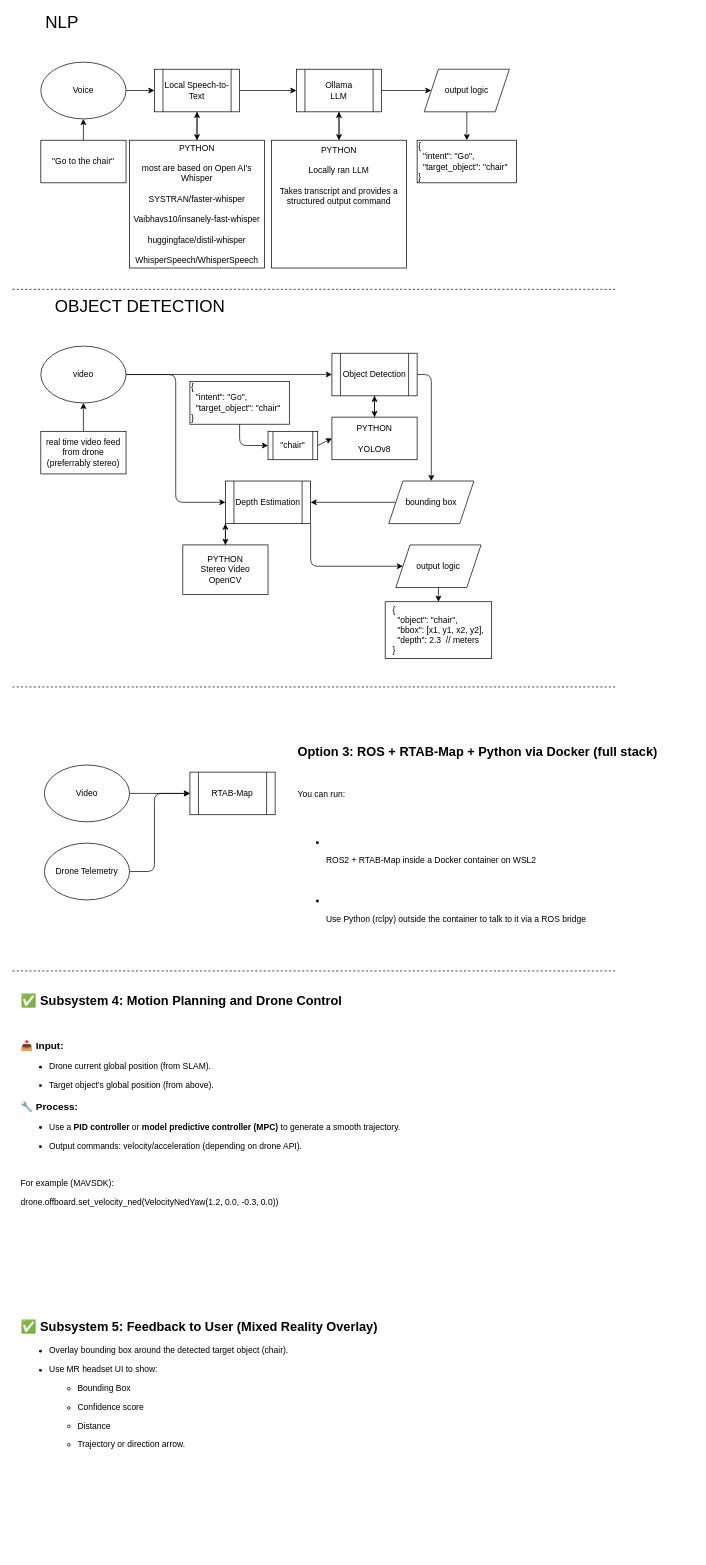
Before: public/flow/flowchart.drawio in BeardedSeal77/Nimbus, a draw.io diagram. Source tidied: cells renumbered, new cells numbered last; positions are measured from the earlier drawing's top-left corner, leaving out a move shared by most shapes. Both pictures are drawn from the tidied source at 71%, with x=0, y=0 at pixel (12, 12).
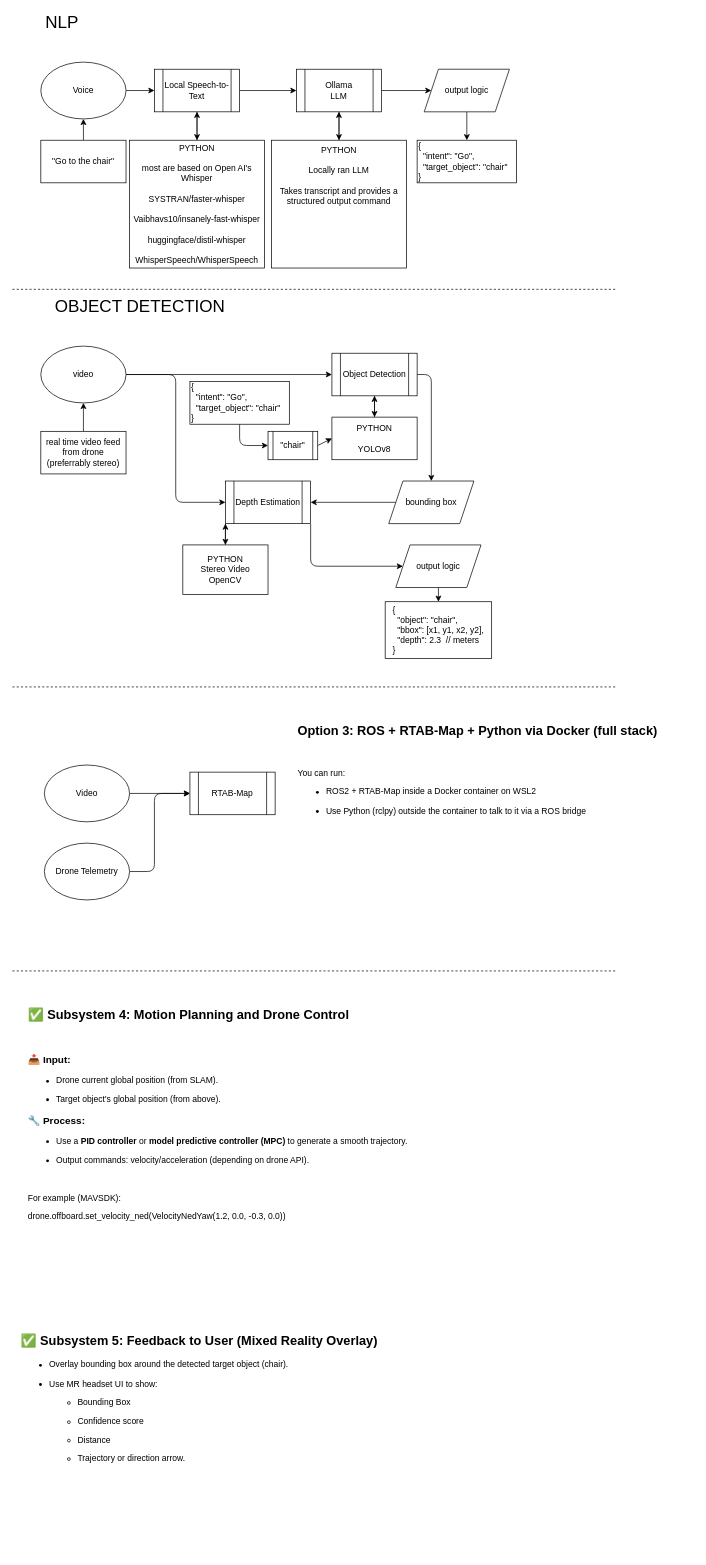
After the change.

Change to the diagram source:
```diff
@@
-    <mxCell id="52" value="&lt;h2 class=&quot;&quot;&gt;Option 3: ROS + RTAB-Map + Python via Docker (full stack)&lt;/h2&gt;&lt;br&gt;&lt;p class=&quot;&quot;&gt;You can run:&lt;/p&gt;&lt;br&gt;&lt;ul&gt;&lt;br&gt;&lt;li class=&quot;&quot;&gt;&lt;br&gt;&lt;p class=&quot;&quot;&gt;ROS2 + RTAB-Map inside a Docker container on WSL2&lt;/p&gt;&lt;br&gt;&lt;/li&gt;&lt;br&gt;&lt;li class=&quot;&quot;&gt;&lt;br&gt;&lt;p class=&quot;&quot;&gt;Use Python (rclpy)&amp;nbsp;outside the container to talk to it via a ROS bridge&lt;/p&gt;&lt;/li&gt;&lt;/ul&gt;" style="text;whiteSpace=wrap;html=1;" parent="1" vertex="1">
-      <mxGeometry x="400" y="1010" width="560" height="330" as="geometry" />
+    <mxCell id="52" value="&lt;h2 class=&quot;&quot;&gt;Option 3: ROS + RTAB-Map + Python via Docker (full stack)&lt;/h2&gt;&lt;br&gt;&lt;p class=&quot;&quot;&gt;You can run:&lt;/p&gt;&lt;ul&gt;&lt;li class=&quot;&quot;&gt;&lt;p class=&quot;&quot;&gt;ROS2 + RTAB-Map inside a Docker container on WSL2&lt;/p&gt;&lt;/li&gt;&lt;li class=&quot;&quot;&gt;&lt;p class=&quot;&quot;&gt;Use Python (rclpy)&amp;nbsp;outside the container to talk to it via a ROS bridge&lt;/p&gt;&lt;/li&gt;&lt;/ul&gt;" style="text;whiteSpace=wrap;html=1;" parent="1" vertex="1">
+      <mxGeometry x="400" y="980" width="560" height="330" as="geometry" />
     </mxCell>
     <mxCell id="53" value="&lt;h2 class=&quot;&quot;&gt;✅ Subsystem 4: Motion Planning and Drone Control&lt;/h2&gt;&lt;br&gt;&lt;h3 class=&quot;&quot;&gt;📥 Input:&lt;/h3&gt;&lt;ul&gt;&lt;li class=&quot;&quot;&gt;&lt;p class=&quot;&quot;&gt;Drone current global position (from SLAM).&lt;/p&gt;&lt;/li&gt;&lt;li class=&quot;&quot;&gt;&lt;p class=&quot;&quot;&gt;Target object’s global position (from above).&lt;/p&gt;&lt;/li&gt;&lt;/ul&gt;&lt;h3 class=&quot;&quot;&gt;🔧 Process:&lt;/h3&gt;&lt;ul&gt;&lt;li class=&quot;&quot;&gt;&lt;p class=&quot;&quot;&gt;Use a &lt;strong&gt;PID controller&lt;/strong&gt; or &lt;strong&gt;model predictive controller (MPC)&lt;/strong&gt; to generate a smooth trajectory.&lt;/p&gt;&lt;/li&gt;&lt;li class=&quot;&quot;&gt;&lt;p class=&quot;&quot;&gt;Output commands: velocity/acceleration (depending on drone API).&lt;/p&gt;&lt;/li&gt;&lt;/ul&gt;&lt;br&gt;&lt;p class=&quot;&quot;&gt;For example (MAVSDK):&lt;/p&gt;&lt;p class=&quot;&quot;&gt;drone.offboard.set_velocity_ned(VelocityNedYaw(1.2, 0.0, -0.3, 0.0))&lt;/p&gt;&lt;pre class=&quot;overflow-visible!&quot;&gt;&lt;div class=&quot;contain-inline-size rounded-md border-[0.5px] border-token-border-medium relative bg-token-sidebar-surface-primary&quot;&gt;&lt;/div&gt;&lt;/pre&gt;" style="text;whiteSpace=wrap;html=1;" parent="1" vertex="1">
-      <mxGeometry x="10" y="1360" width="710" height="420" as="geometry" />
+      <mxGeometry x="20" y="1380" width="710" height="420" as="geometry" />
     </mxCell>
@@
     <mxCell id="55" value="&lt;h2 class=&quot;&quot;&gt;✅ Subsystem 5: Feedback to User (Mixed Reality Overlay)&lt;/h2&gt;&lt;ul&gt;&lt;li class=&quot;&quot;&gt;&lt;p class=&quot;&quot;&gt;Overlay bounding box around the detected target object (chair).&lt;/p&gt;&lt;/li&gt;&lt;li class=&quot;&quot;&gt;&lt;p class=&quot;&quot;&gt;Use MR headset UI to show:&lt;/p&gt;&lt;ul&gt;&lt;li class=&quot;&quot;&gt;&lt;p class=&quot;&quot;&gt;Bounding Box&lt;/p&gt;&lt;/li&gt;&lt;li class=&quot;&quot;&gt;&lt;p class=&quot;&quot;&gt;Confidence score&lt;/p&gt;&lt;/li&gt;&lt;li class=&quot;&quot;&gt;&lt;p class=&quot;&quot;&gt;Distance&lt;/p&gt;&lt;/li&gt;&lt;li class=&quot;&quot;&gt;&lt;p class=&quot;&quot;&gt;Trajectory or direction arrow&lt;span style=&quot;background-color: transparent;&quot;&gt;.&lt;/span&gt;&lt;/p&gt;&lt;/li&gt;&lt;/ul&gt;&lt;/li&gt;&lt;/ul&gt;" style="text;whiteSpace=wrap;html=1;" parent="1" vertex="1">
-      <mxGeometry x="10" y="1820" width="560" height="330" as="geometry" />
+      <mxGeometry x="10" y="1840" width="560" height="330" as="geometry" />
     </mxCell>
```
